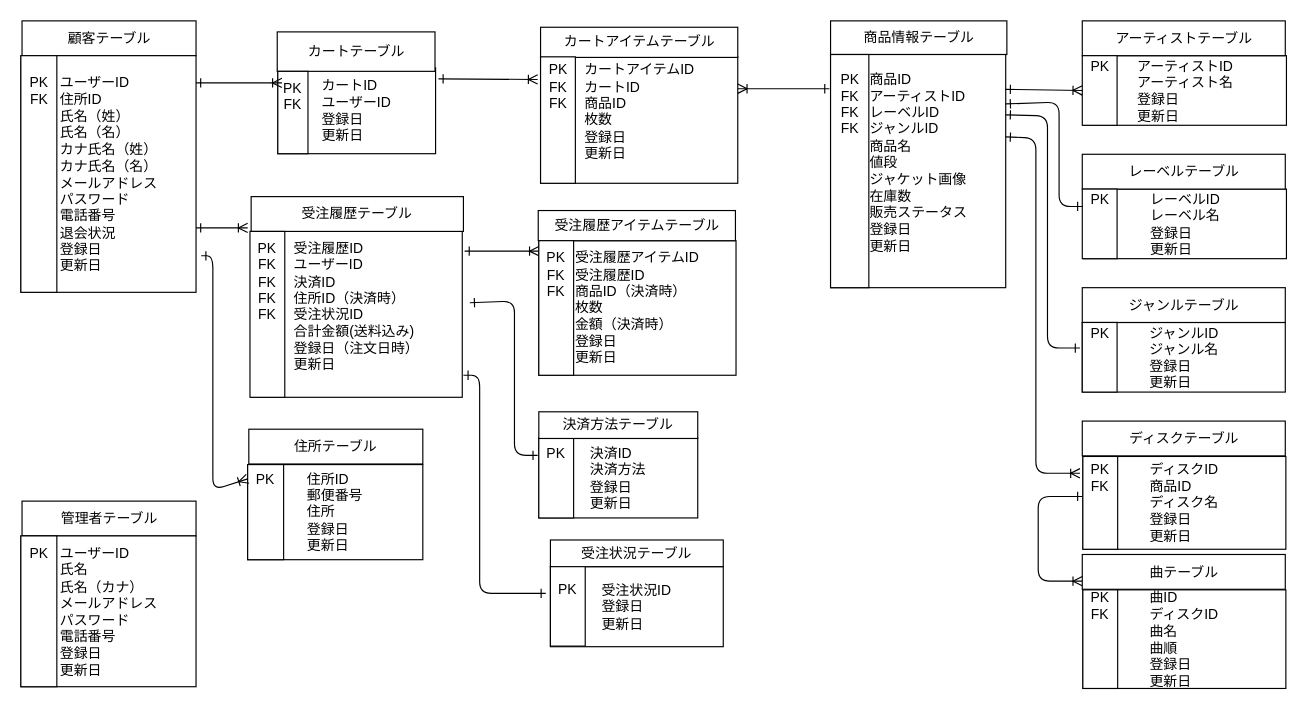
Above: ER図.drawio in ecl11/ECL (draw.io), before the change. Source tidied: cells renumbered, new cells numbered last; positions are measured from the earlier drawing's top-left corner, leaving out a move shared by most shapes. Both pictures are drawn from the tidied source at 116%, with x=0, y=0 at pixel (20, 21).
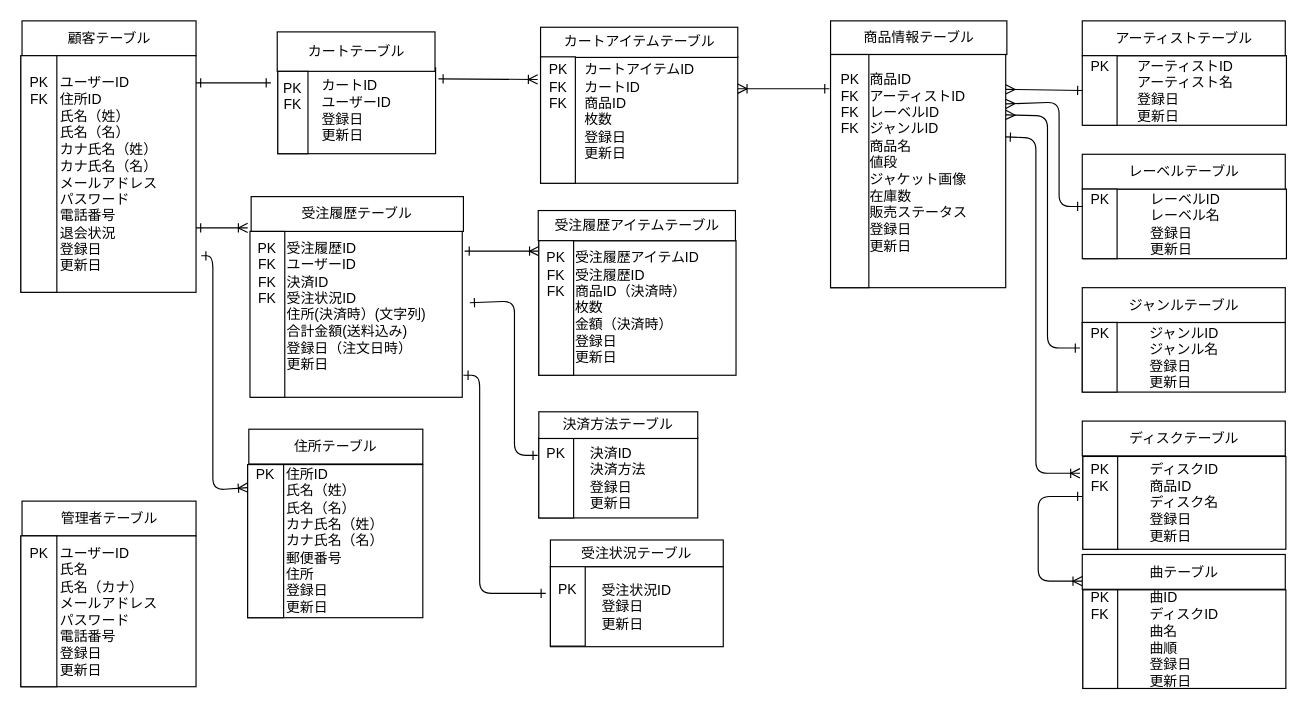
The same diagram, later.

Commit message:
ER図.drawio 7/7レビュー分修正

Unchanged cells that the change refers to:
```xml
<mxCell id="15" value="&lt;div style=&quot;text-align: left&quot;&gt;商品ID&lt;/div&gt;&lt;div style=&quot;text-align: left&quot;&gt;&lt;span&gt;アーティストID&lt;/span&gt;&lt;br&gt;&lt;/div&gt;&lt;div style=&quot;text-align: left&quot;&gt;レーベルID&lt;/div&gt;&lt;div style=&quot;text-align: left&quot;&gt;ジャンルID&lt;/div&gt;&lt;div style=&quot;text-align: left&quot;&gt;商品名&lt;/div&gt;&lt;div style=&quot;text-align: left&quot;&gt;値段&lt;br&gt;&lt;/div&gt;&lt;div style=&quot;text-align: left&quot;&gt;ジャケット画像&lt;br&gt;&lt;/div&gt;&lt;div style=&quot;text-align: left&quot;&gt;在庫数&lt;/div&gt;&lt;div style=&quot;text-align: left&quot;&gt;販売ステータス&lt;/div&gt;&lt;div style=&quot;text-align: left&quot;&gt;登録日&lt;/div&gt;&lt;div style=&quot;text-align: left&quot;&gt;更新日&lt;/div&gt;&lt;div style=&quot;text-align: left&quot;&gt;&lt;br&gt;&lt;/div&gt;" style="rounded=0;whiteSpace=wrap;html=1;" parent="1" vertex="1">
  <mxGeometry x="698.5" y="28.5" width="151" height="201" as="geometry" />
</mxCell>
<mxCell id="26" value="&lt;br&gt;PK&lt;br&gt;&lt;br&gt;&lt;br&gt;&lt;br&gt;&lt;br&gt;" style="rounded=0;whiteSpace=wrap;html=1;" parent="1" vertex="1">
  <mxGeometry x="915.5" y="29.5" width="30" height="60" as="geometry" />
</mxCell>
<mxCell id="29" value="PK&lt;br&gt;&lt;br&gt;&lt;br&gt;&lt;br&gt;" style="rounded=0;whiteSpace=wrap;html=1;" parent="1" vertex="1">
  <mxGeometry x="915.5" y="144.5" width="30" height="60" as="geometry" />
</mxCell>
<mxCell id="32" value="PK&lt;br&gt;&lt;br&gt;&lt;br&gt;&lt;br&gt;" style="rounded=0;whiteSpace=wrap;html=1;" parent="1" vertex="1">
  <mxGeometry x="915.5" y="259.5" width="30" height="60" as="geometry" />
</mxCell>
```

Change to the diagram source:
```diff
@@
-    <mxCell id="5" value="&lt;div style=&quot;text-align: left&quot;&gt;受注履歴ID&lt;span&gt;&lt;br&gt;&lt;/span&gt;&lt;/div&gt;&lt;div style=&quot;text-align: left&quot;&gt;&lt;span&gt;ユーザーID&lt;/span&gt;&lt;/div&gt;&lt;div style=&quot;text-align: left&quot;&gt;決済ID&lt;span&gt;&lt;br&gt;&lt;/span&gt;&lt;/div&gt;&lt;span&gt;&lt;div style=&quot;text-align: left&quot;&gt;&lt;span&gt;住所ID&lt;/span&gt;&lt;span&gt;（決済時）&lt;/span&gt;&lt;/div&gt;&lt;div style=&quot;text-align: left&quot;&gt;受注状況ID&lt;span&gt;&lt;br&gt;&lt;/span&gt;&lt;/div&gt;&lt;/span&gt;&lt;span&gt;&lt;div style=&quot;text-align: left&quot;&gt;&lt;span&gt;合計金額(送料込み)&lt;/span&gt;&lt;/div&gt;&lt;div style=&quot;text-align: left&quot;&gt;&lt;span&gt;登録日（注文日時&lt;/span&gt;&lt;span&gt;）&lt;/span&gt;&lt;/div&gt;&lt;div style=&quot;text-align: left&quot;&gt;&lt;span&gt;更新日&lt;/span&gt;&lt;/div&gt;&lt;div style=&quot;text-align: left&quot;&gt;&lt;br&gt;&lt;/div&gt;&lt;/span&gt;" style="rounded=0;whiteSpace=wrap;html=1;" parent="1" vertex="1">
+    <mxCell id="5" value="&lt;div style=&quot;text-align: left&quot;&gt;受注履歴ID&lt;span&gt;&lt;br&gt;&lt;/span&gt;&lt;/div&gt;&lt;div style=&quot;text-align: left&quot;&gt;&lt;span&gt;ユーザーID&lt;/span&gt;&lt;/div&gt;&lt;div style=&quot;text-align: left&quot;&gt;決済ID&lt;/div&gt;&lt;span&gt;&lt;div style=&quot;text-align: left&quot;&gt;受注状況ID&lt;span&gt;&lt;br&gt;&lt;/span&gt;&lt;/div&gt;&lt;div style=&quot;text-align: left&quot;&gt;住所(&lt;span&gt;決済時）(文字列)&lt;/span&gt;&lt;/div&gt;&lt;/span&gt;&lt;span&gt;&lt;div style=&quot;text-align: left&quot;&gt;&lt;span&gt;合計金額(送料込み)&lt;/span&gt;&lt;/div&gt;&lt;div style=&quot;text-align: left&quot;&gt;&lt;span&gt;登録日（注文日時&lt;/span&gt;&lt;span&gt;）&lt;/span&gt;&lt;/div&gt;&lt;div style=&quot;text-align: left&quot;&gt;&lt;span&gt;更新日&lt;/span&gt;&lt;/div&gt;&lt;div style=&quot;text-align: left&quot;&gt;&lt;br&gt;&lt;/div&gt;&lt;/span&gt;" style="rounded=0;whiteSpace=wrap;html=1;" parent="1" vertex="1">
       <mxGeometry x="199" y="181" width="182" height="143" as="geometry" />
     </mxCell>
@@
-    <mxCell id="18" style="endArrow=ERoneToMany;html=1;endFill=0;startArrow=ERone;startFill=0;" parent="1" edge="1">
+    <mxCell id="18" style="endArrow=ERone;html=1;endFill=0;startArrow=ERone;startFill=0;" parent="1" edge="1">
       <mxGeometry relative="1" as="geometry">
         <mxPoint x="151.5" y="53" as="sourcePoint" />
-        <mxPoint x="225.5" y="53" as="targetPoint" />
+        <mxPoint x="216" y="53" as="targetPoint" />
       </mxGeometry>
     </mxCell>
@@
-    <mxCell id="23" value="PK&lt;br&gt;FK&lt;br&gt;FK&lt;br&gt;FK&lt;br&gt;FK&lt;br&gt;&lt;br&gt;&lt;br&gt;&lt;br&gt;&lt;br&gt;" style="rounded=0;whiteSpace=wrap;html=1;" parent="1" vertex="1">
+    <mxCell id="23" value="PK&lt;br&gt;FK&lt;br&gt;FK&lt;br&gt;FK&lt;br&gt;&lt;br&gt;&lt;br&gt;&lt;br&gt;&lt;br&gt;&lt;br&gt;" style="rounded=0;whiteSpace=wrap;html=1;" parent="1" vertex="1">
       <mxGeometry x="198" y="181" width="30" height="143" as="geometry" />
     </mxCell>
@@
-    <mxCell id="40" style="endArrow=ERoneToMany;html=1;endFill=0;entryX=0;entryY=0.5;entryDx=0;entryDy=0;startArrow=ERone;startFill=0;" parent="1" edge="1" target="26">
+    <mxCell id="40" style="endArrow=ERone;html=1;endFill=0;entryX=0;entryY=0.5;entryDx=0;entryDy=0;startArrow=ERmany;startFill=0;" parent="1" edge="1" target="26">
       <mxGeometry relative="1" as="geometry">
         <mxPoint x="849.5" y="58.5" as="sourcePoint" />
       </mxGeometry>
     </mxCell>
-    <mxCell id="41" style="endArrow=ERone;html=1;endFill=0;entryX=0;entryY=0.25;entryDx=0;entryDy=0;exitX=1;exitY=0.212;exitDx=0;exitDy=0;exitPerimeter=0;startArrow=ERone;startFill=0;" parent="1" edge="1" source="15" target="29">
+    <mxCell id="41" style="endArrow=ERone;html=1;endFill=0;entryX=0;entryY=0.25;entryDx=0;entryDy=0;exitX=1;exitY=0.212;exitDx=0;exitDy=0;exitPerimeter=0;startArrow=ERmany;startFill=0;" parent="1" edge="1" source="15" target="29">
       <mxGeometry relative="1" as="geometry">
         <Array as="points">
           <mxPoint x="895.5" y="69.5" />
           <mxPoint x="895.5" y="159.5" />
         </Array>
       </mxGeometry>
     </mxCell>
-    <mxCell id="42" style="endArrow=ERone;html=1;endFill=0;entryX=-0.067;entryY=0.367;entryDx=0;entryDy=0;exitX=1;exitY=0.212;exitDx=0;exitDy=0;exitPerimeter=0;entryPerimeter=0;startArrow=ERone;startFill=0;" parent="1" edge="1" target="32">
+    <mxCell id="42" style="endArrow=ERone;html=1;endFill=0;entryX=-0.067;entryY=0.367;entryDx=0;entryDy=0;exitX=1;exitY=0.212;exitDx=0;exitDy=0;exitPerimeter=0;entryPerimeter=0;startArrow=ERmany;startFill=0;" parent="1" edge="1" target="32">
       <mxGeometry relative="1" as="geometry">
         <mxPoint x="849.5" y="80.5" as="sourcePoint" />
         <Array as="points">
           <mxPoint x="885.5" y="81.5" />
           <mxPoint x="885.5" y="281.5" />
         </Array>
       </mxGeometry>
     </mxCell>
@@
-    <mxCell id="49" value="&lt;div style=&quot;text-align: left&quot;&gt;&lt;span&gt;住所ID&lt;/span&gt;&lt;/div&gt;&lt;div style=&quot;text-align: left&quot;&gt;郵便番号&lt;/div&gt;&lt;div style=&quot;text-align: left&quot;&gt;住所&lt;/div&gt;&lt;div style=&quot;text-align: left&quot;&gt;登録日&lt;/div&gt;&lt;div style=&quot;text-align: left&quot;&gt;更新日&lt;/div&gt;" style="rounded=0;whiteSpace=wrap;html=1;" parent="1" vertex="1">
-      <mxGeometry x="196" y="382" width="151" height="82" as="geometry" />
+    <mxCell id="49" value="&lt;div style=&quot;text-align: left&quot;&gt;&lt;span&gt;住所ID&lt;/span&gt;&lt;/div&gt;&lt;div style=&quot;text-align: left&quot;&gt;&lt;span&gt;氏名（姓）&lt;/span&gt;&lt;/div&gt;&lt;div style=&quot;text-align: left&quot;&gt;&lt;span&gt;氏名（名）&lt;/span&gt;&lt;/div&gt;&lt;div style=&quot;text-align: left&quot;&gt;&lt;span&gt;カナ氏名（姓）&lt;/span&gt;&lt;/div&gt;&lt;div style=&quot;text-align: left&quot;&gt;&lt;span&gt;カナ氏名（名）&lt;/span&gt;&lt;/div&gt;&lt;div style=&quot;text-align: left&quot;&gt;郵便番号&lt;/div&gt;&lt;div style=&quot;text-align: left&quot;&gt;住所&lt;/div&gt;&lt;div style=&quot;text-align: left&quot;&gt;登録日&lt;/div&gt;&lt;div style=&quot;text-align: left&quot;&gt;更新日&lt;/div&gt;" style="rounded=0;whiteSpace=wrap;html=1;" parent="1" vertex="1">
+      <mxGeometry x="196" y="382" width="151" height="132" as="geometry" />
     </mxCell>
-    <mxCell id="50" value="PK&lt;br&gt;&lt;br&gt;&lt;br&gt;&lt;br&gt;&lt;br&gt;" style="rounded=0;whiteSpace=wrap;html=1;" parent="1" vertex="1">
-      <mxGeometry x="196" y="382" width="31" height="82" as="geometry" />
+    <mxCell id="50" value="PK&lt;br&gt;&lt;br&gt;&lt;br&gt;&lt;br&gt;&lt;br&gt;&lt;br&gt;&lt;br&gt;&lt;br&gt;&lt;br&gt;" style="rounded=0;whiteSpace=wrap;html=1;" parent="1" vertex="1">
+      <mxGeometry x="196" y="382" width="31" height="132" as="geometry" />
     </mxCell>
```
